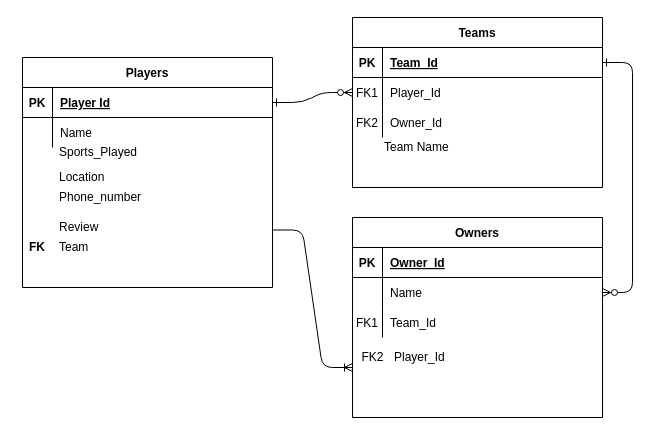
This is CapstoneERD.drawio from KyWilkinson/CapstoneProject, a draw.io file, before an edit. Source tidied: cells renumbered, new cells numbered last; positions are measured from the earlier drawing's top-left corner, leaving out a move shared by most shapes. Both pictures are drawn from the tidied source at 100%, with x=0, y=0 at pixel (17, 17).
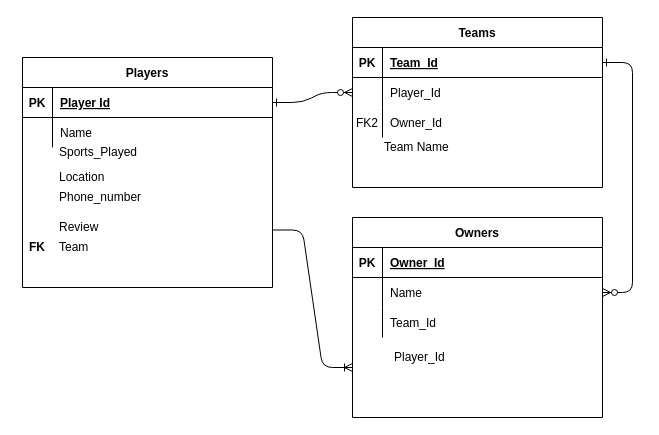
Above is the later version.

Unchanged cells that the change refers to:
```xml
<mxCell id="8" style="shape=partialRectangle;fillColor=none;points=[[0,0.5],[1,0.5]];portConstraint=eastwest;top=0;left=0;right=0;bottom=0;" parent="4" vertex="1">
  <mxGeometry y="60" width="250" height="30" as="geometry" />
</mxCell>
<mxCell id="21" style="shape=partialRectangle;fillColor=none;top=0;left=0;right=0;bottom=0;" parent="14" vertex="1">
  <mxGeometry y="90" width="250" height="30" as="geometry" />
</mxCell>
<mxCell id="24" value="Players" style="shape=table;startSize=30;childLayout=tableLayout;rowLines=0;fontStyle=1;align=center;" parent="1" vertex="1">
  <mxGeometry x="5" y="40" width="250" height="230" as="geometry" />
</mxCell>
```

What changed in the source:
```diff
@@
-    <mxCell id="9" value="FK1" style="shape=partialRectangle;overflow=hidden;fillColor=none;top=0;left=0;bottom=0;right=0;" parent="8" vertex="1">
+    <mxCell id="9" style="shape=partialRectangle;overflow=hidden;fillColor=none;top=0;left=0;bottom=0;right=0;" parent="8" vertex="1">
       <mxGeometry width="30" height="30" as="geometry" />
     </mxCell>
@@
-    <mxCell id="22" value="FK1" style="shape=partialRectangle;overflow=hidden;fillColor=none;top=0;left=0;bottom=0;right=0;" parent="21" vertex="1">
+    <mxCell id="22" style="shape=partialRectangle;overflow=hidden;fillColor=none;top=0;left=0;bottom=0;right=0;" parent="21" vertex="1">
       <mxGeometry width="30" height="30" as="geometry" />
     </mxCell>
@@
+    <mxCell id="41" style="edgeStyle=orthogonalEdgeStyle;rounded=0;jettySize=auto;html=1;exitX=1;exitY=0.75;exitDx=0;exitDy=0;" parent="1" edge="1" source="24">
+      <mxGeometry relative="1" as="geometry">
+        <mxPoint x="255" y="213" as="targetPoint" />
+      </mxGeometry>
+    </mxCell>
@@
-    <mxCell id="39" value="FK2" style="text;html=1;align=center;verticalAlign=middle;" parent="1" vertex="1">
-      <mxGeometry x="335" y="330" width="40" height="20" as="geometry" />
-    </mxCell>
```
